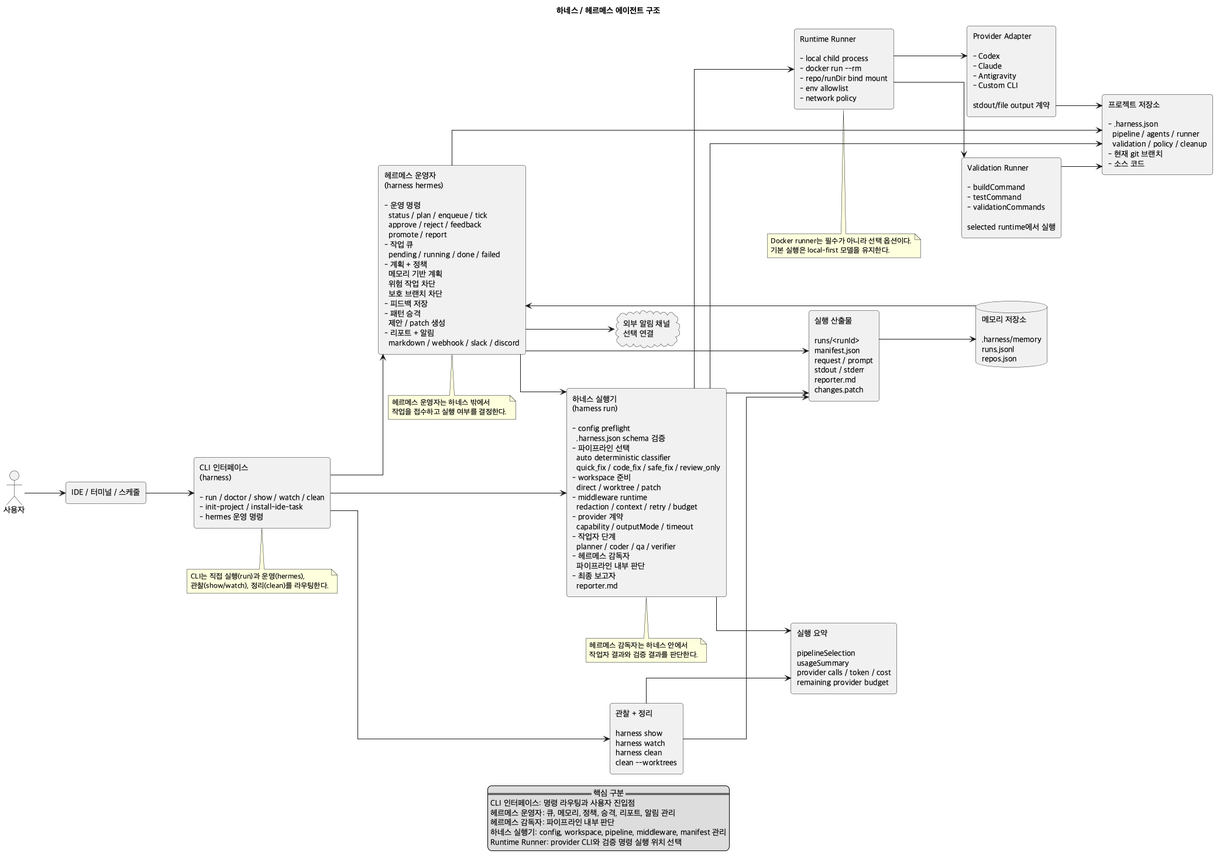
This is docs/diagrams/hermes_harness_architecture.png from dev-garam/multi-agent-harness, a PlantUML export, as it was before one commit.
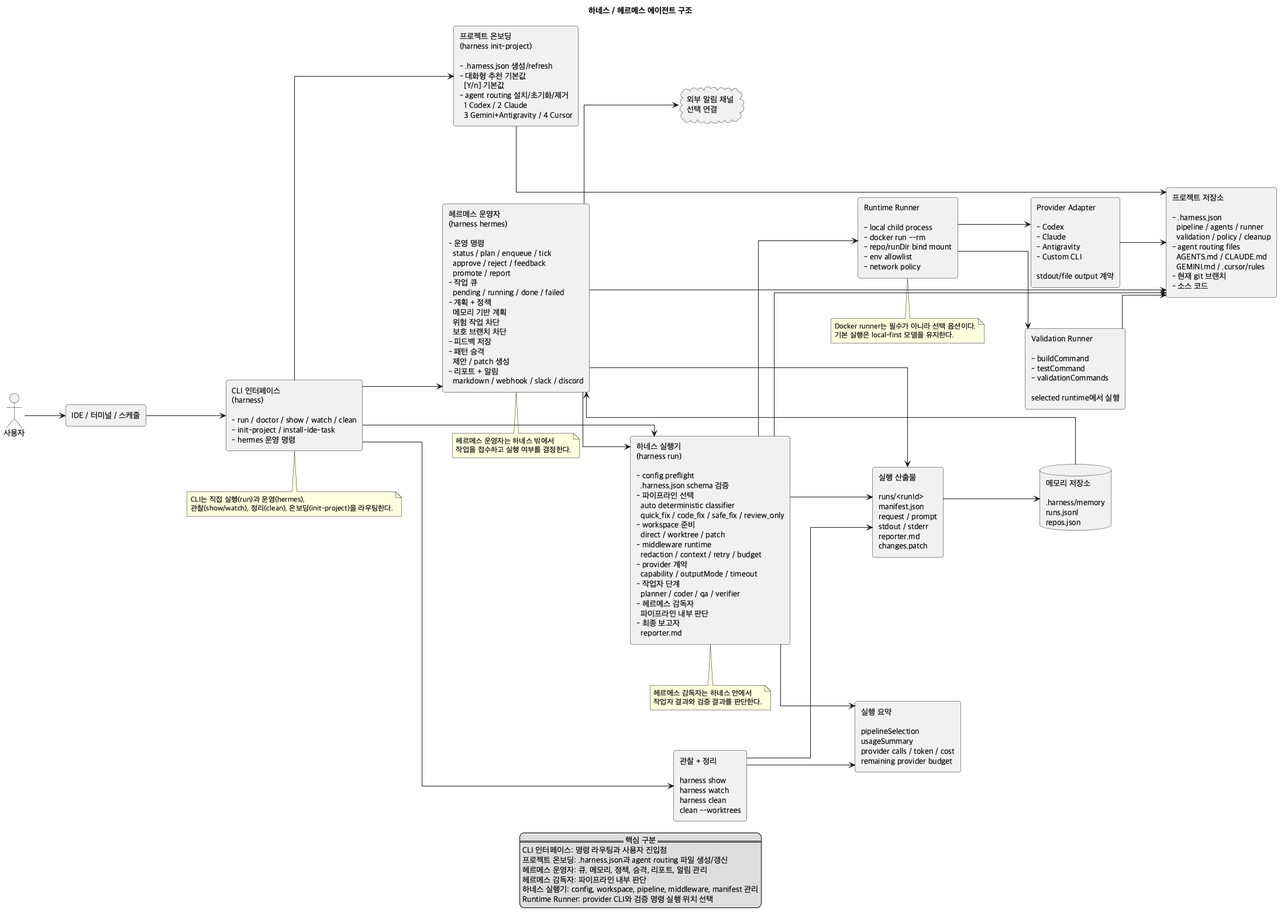
After the change.

Commit message:
Add interactive agent routing onboarding

The edit, as a diff of the source:
```diff
@@ -18,6 +18,8 @@
 
 rectangle "CLI 인터페이스\n(harness)\n\n- run / doctor / show / watch / clean\n- init-project / install-ide-task\n- hermes 운영 명령" as cli
 
+rectangle "프로젝트 온보딩\n(harness init-project)\n\n- .harness.json 생성/refresh\n- 대화형 추천 기본값\n  [Y/n] 기본값\n- agent routing 설치/초기화/제거\n  1 Codex / 2 Claude\n  3 Gemini+Antigravity / 4 Cursor" as onboarding
+
 rectangle "헤르메스 운영자\n(harness hermes)\n\n- 운영 명령\n  status / plan / enqueue / tick\n  approve / reject / feedback\n  promote / report\n- 작업 큐\n  pending / running / done / failed\n- 계획 + 정책\n  메모리 기반 계획\n  위험 작업 차단\n  보호 브랜치 차단\n- 피드백 저장\n- 패턴 승격\n  제안 / patch 생성\n- 리포트 + 알림\n  markdown / webhook / slack / discord" as hermes
 
 rectangle "하네스 실행기\n(harness run)\n\n- config preflight\n  .harness.json schema 검증\n- 파이프라인 선택\n  auto deterministic classifier\n  quick_fix / code_fix / safe_fix / review_only\n- workspace 준비\n  direct / worktree / patch\n- middleware runtime\n  redaction / context / retry / budget\n- provider 계약\n  capability / outputMode / timeout\n- 작업자 단계\n  planner / coder / qa / verifier\n- 헤르메스 감독자\n  파이프라인 내부 판단\n- 최종 보고자\n  reporter.md" as runtime
@@ -28,7 +30,7 @@
 
 rectangle "Validation Runner\n\n- buildCommand\n- testCommand\n- validationCommands\n\nselected runtime에서 실행" as validation
 
-rectangle "프로젝트 저장소\n\n- .harness.json\n  pipeline / agents / runner\n  validation / policy / cleanup\n- 현재 git 브랜치\n- 소스 코드" as project
+rectangle "프로젝트 저장소\n\n- .harness.json\n  pipeline / agents / runner\n  validation / policy / cleanup\n- agent routing files\n  AGENTS.md / CLAUDE.md\n  GEMINI.md / .cursor/rules\n- 현재 git 브랜치\n- 소스 코드" as project
 
 database "메모리 저장소\n\n.harness/memory\nruns.jsonl\nrepos.json" as memory
 
@@ -46,6 +48,8 @@
 cli --> runtime
 cli --> hermes
 cli --> observe
+cli --> onboarding
+onboarding --> project
 hermes --> runtime
 runtime --> project
 runtime --> runner
@@ -66,7 +70,7 @@
 
 note bottom of cli
 CLI는 직접 실행(run)과 운영(hermes),
-관찰(show/watch), 정리(clean)를 라우팅한다.
+관찰(show/watch), 정리(clean), 온보딩(init-project)을 라우팅한다.
 end note
 
 note bottom of hermes
@@ -87,6 +91,7 @@
 legend bottom
   == 핵심 구분 ==
   CLI 인터페이스: 명령 라우팅과 사용자 진입점
+  프로젝트 온보딩: .harness.json과 agent routing 파일 생성/갱신
   헤르메스 운영자: 큐, 메모리, 정책, 승격, 리포트, 알림 관리
   헤르메스 감독자: 파이프라인 내부 판단
   하네스 실행기: config, workspace, pipeline, middleware, manifest 관리
```
